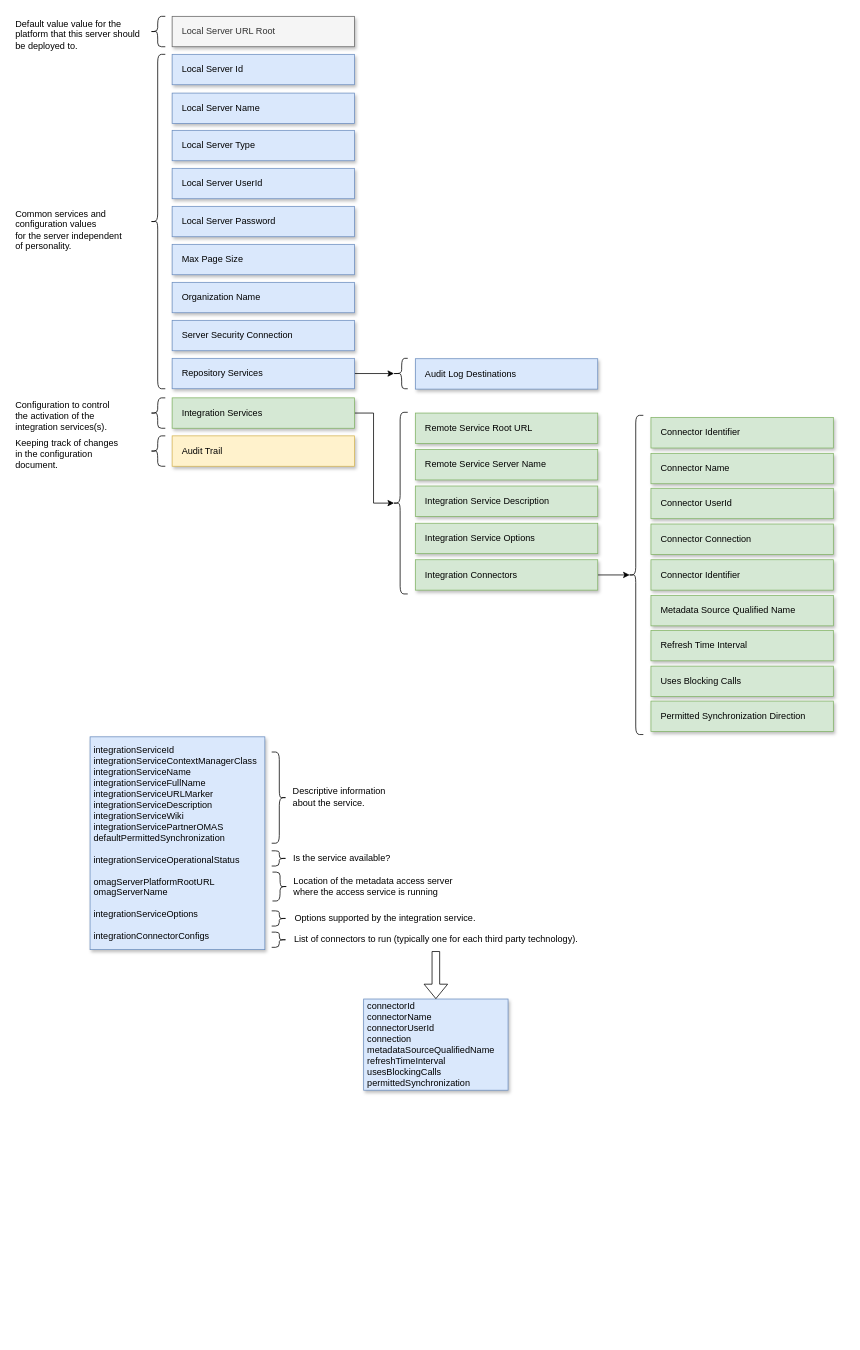
Before: page "integration-daemon-config" (22 of 28) of site/docs/guides/admin/egeria-admin.drawio in odpi/egeria-docs, a draw.io diagram. Source tidied: cells renumbered, new cells numbered last; positions are measured from the earlier drawing's top-left corner, leaving out a move shared by most shapes. Both pictures are drawn from the tidied source at 76%, with x=0, y=0 at pixel (14, 16).
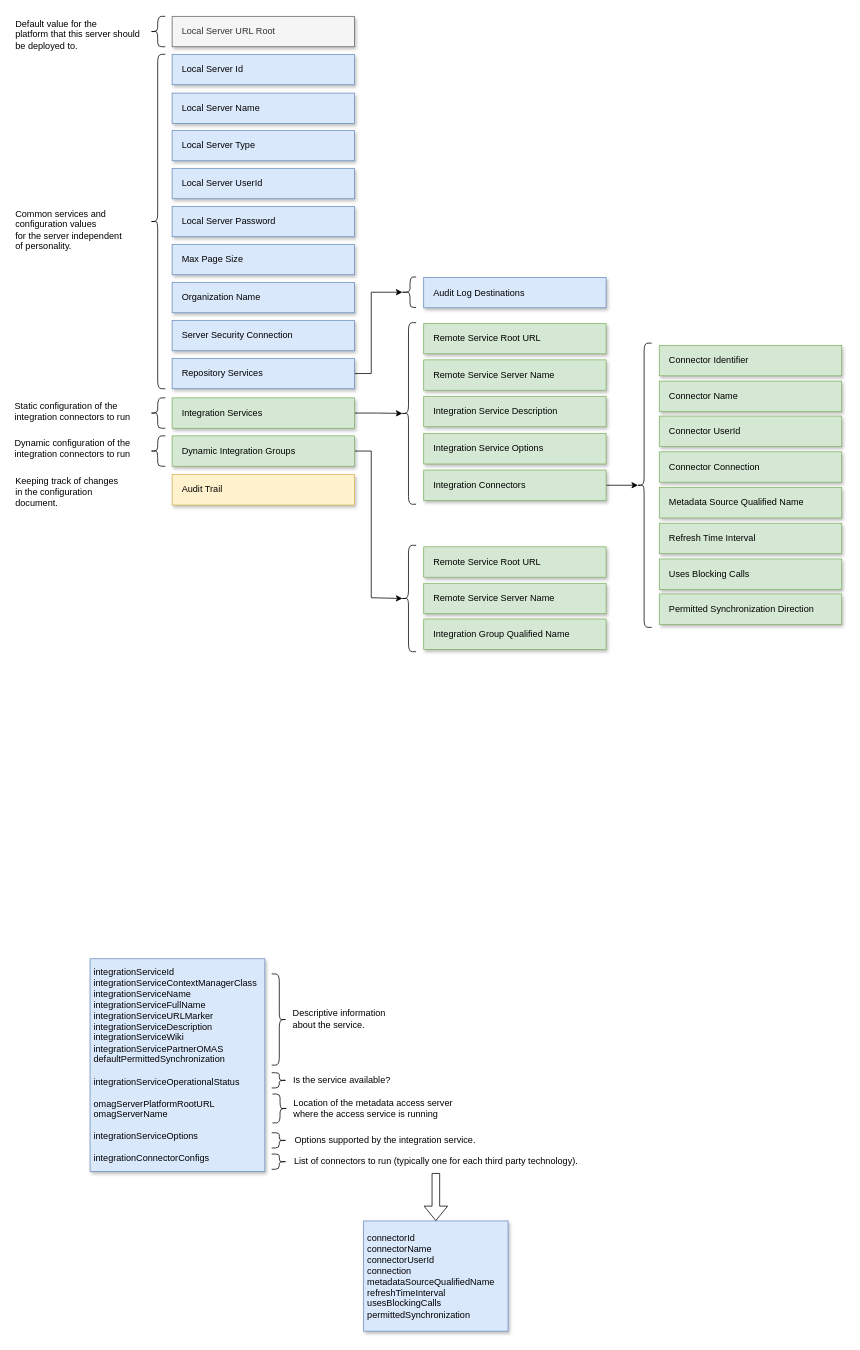
The same diagram, later.

The change refers to these unchanged cells:
```xml
<mxCell id="18" value="Repository Services" style="rounded=0;whiteSpace=wrap;html=1;fontSize=12;align=left;spacingLeft=11;fillColor=#dae8fc;strokeColor=#6c8ebf;shadow=1;" parent="1" vertex="1">
  <mxGeometry x="208" y="450" width="240" height="40" as="geometry" />
</mxCell>
```

Diff of the diagram source:
```diff
@@
     <mxCell id="10" value="Audit Trail" style="rounded=0;whiteSpace=wrap;html=1;fontSize=12;align=left;spacingLeft=11;fillColor=#fff2cc;strokeColor=#d6b656;shadow=1;" parent="1" vertex="1">
-      <mxGeometry x="208" y="552" width="240" height="40" as="geometry" />
+      <mxGeometry x="208" y="603" width="240" height="40" as="geometry" />
     </mxCell>
@@
     <mxCell id="14" value="Keeping track of changes&lt;br&gt;in the configuration &lt;br&gt;document.&amp;nbsp;" style="text;html=1;align=left;verticalAlign=top;spacingTop=-4;fontSize=12;" parent="1" vertex="1">
-      <mxGeometry y="552" width="150" height="40" as="geometry" />
+      <mxGeometry y="602" width="150" height="40" as="geometry" />
     </mxCell>
@@
-    <mxCell id="16" value="Configuration to control&lt;br&gt;the activation of the&lt;br&gt;integration services(s)." style="text;html=1;align=left;verticalAlign=top;spacingTop=-4;fontSize=12;" parent="1" vertex="1">
-      <mxGeometry y="502" width="140" height="40" as="geometry" />
+    <mxCell id="16" value="Static configuration of the &lt;br&gt;integration connectors to run" style="text;html=1;align=left;verticalAlign=top;spacingTop=-4;fontSize=12;" parent="1" vertex="1">
+      <mxGeometry x="-1" y="503" width="180" height="40" as="geometry" />
     </mxCell>
     <mxCell id="17" style="edgeStyle=orthogonalEdgeStyle;rounded=0;jettySize=auto;html=1;exitX=1;exitY=0.5;exitDx=0;exitDy=0;entryX=0.1;entryY=0.5;entryDx=0;entryDy=0;entryPerimeter=0;fontSize=12;" parent="1" edge="1" source="18" target="20">
-      <mxGeometry relative="1" as="geometry" />
+      <mxGeometry relative="1" as="geometry">
+        <Array as="points">
+          <mxPoint x="470" y="470" />
+          <mxPoint x="470" y="363" />
+        </Array>
+      </mxGeometry>
     </mxCell>
@@
     <mxCell id="19" value="Audit Log Destinations" style="rounded=0;whiteSpace=wrap;html=1;fontSize=12;align=left;spacingLeft=11;fillColor=#dae8fc;strokeColor=#6c8ebf;shadow=1;" parent="1" vertex="1">
-      <mxGeometry x="528" y="450.5" width="240" height="40" as="geometry" />
+      <mxGeometry x="539" y="343.5" width="240" height="40" as="geometry" />
     </mxCell>
     <mxCell id="20" style="shape=curlyBracket;whiteSpace=wrap;html=1;rounded=1;fillColor=none;fontSize=12;align=center;size=0.6;" parent="1" vertex="1">
-      <mxGeometry x="498" y="450" width="20" height="40" as="geometry" />
+      <mxGeometry x="509" y="343" width="20" height="40" as="geometry" />
     </mxCell>
     <mxCell id="21" value="Integration Service Description" style="rounded=0;whiteSpace=wrap;html=1;fontSize=12;align=left;spacingLeft=11;fillColor=#d5e8d4;strokeColor=#82b366;shadow=1;" parent="1" vertex="1">
-      <mxGeometry x="528" y="618" width="240" height="40" as="geometry" />
+      <mxGeometry x="539" y="500" width="240" height="40" as="geometry" />
     </mxCell>
     <mxCell id="22" style="shape=curlyBracket;whiteSpace=wrap;html=1;rounded=1;fillColor=none;fontSize=12;align=center;" parent="1" vertex="1">
-      <mxGeometry x="498" y="521" width="20" height="239" as="geometry" />
+      <mxGeometry x="509" y="403" width="20" height="239" as="geometry" />
     </mxCell>
@@
-    <mxCell id="27" value="Default value value for the&lt;br&gt;platform that this server should&lt;br&gt;be deployed to." style="text;html=1;align=left;verticalAlign=top;spacingTop=-4;fontSize=12;" parent="1" vertex="1">
-      <mxGeometry width="180" height="40" as="geometry" />
+    <mxCell id="27" value="Default value for the&lt;br&gt;platform that this server should&lt;br&gt;be deployed to." style="text;html=1;align=left;verticalAlign=top;spacingTop=-4;fontSize=12;" parent="1" vertex="1">
+      <mxGeometry width="190" height="50" as="geometry" />
     </mxCell>
     <mxCell id="28" value="Connector Identifier" style="rounded=0;whiteSpace=wrap;html=1;fontSize=12;align=left;spacingLeft=11;fillColor=#d5e8d4;strokeColor=#82b366;shadow=1;" parent="1" vertex="1">
-      <mxGeometry x="838" y="528" width="240" height="40" as="geometry" />
+      <mxGeometry x="849" y="433" width="240" height="40" as="geometry" />
     </mxCell>
     <mxCell id="29" value="Connector Name" style="rounded=0;whiteSpace=wrap;html=1;fontSize=12;align=left;spacingLeft=11;fillColor=#d5e8d4;strokeColor=#82b366;shadow=1;" parent="1" vertex="1">
-      <mxGeometry x="838" y="575" width="240" height="40" as="geometry" />
+      <mxGeometry x="849" y="480" width="240" height="40" as="geometry" />
     </mxCell>
     <mxCell id="30" value="Connector UserId" style="rounded=0;whiteSpace=wrap;html=1;fontSize=12;align=left;spacingLeft=11;fillColor=#d5e8d4;strokeColor=#82b366;shadow=1;" parent="1" vertex="1">
-      <mxGeometry x="838" y="621" width="240" height="40" as="geometry" />
+      <mxGeometry x="849" y="526" width="240" height="40" as="geometry" />
     </mxCell>
     <mxCell id="31" value="Connector Connection" style="rounded=0;whiteSpace=wrap;html=1;fontSize=12;align=left;spacingLeft=11;fillColor=#d5e8d4;strokeColor=#82b366;shadow=1;" parent="1" vertex="1">
-      <mxGeometry x="838" y="668" width="240" height="40" as="geometry" />
+      <mxGeometry x="849" y="573" width="240" height="40" as="geometry" />
     </mxCell>
-    <mxCell id="32" value="Connector Identifier" style="rounded=0;whiteSpace=wrap;html=1;fontSize=12;align=left;spacingLeft=11;fillColor=#d5e8d4;strokeColor=#82b366;shadow=1;" parent="1" vertex="1">
-      <mxGeometry x="838" y="715" width="240" height="40" as="geometry" />
-    </mxCell>
     <mxCell id="33" value="Metadata Source Qualified Name" style="rounded=0;whiteSpace=wrap;html=1;fontSize=12;align=left;spacingLeft=11;fillColor=#d5e8d4;strokeColor=#82b366;shadow=1;" parent="1" vertex="1">
-      <mxGeometry x="838" y="762" width="240" height="40" as="geometry" />
+      <mxGeometry x="849" y="620" width="240" height="40" as="geometry" />
     </mxCell>
     <mxCell id="34" value="Refresh Time Interval" style="rounded=0;whiteSpace=wrap;html=1;fontSize=12;align=left;spacingLeft=11;fillColor=#d5e8d4;strokeColor=#82b366;shadow=1;" parent="1" vertex="1">
-      <mxGeometry x="838" y="808" width="240" height="40" as="geometry" />
+      <mxGeometry x="849" y="667" width="240" height="40" as="geometry" />
     </mxCell>
     <mxCell id="35" value="Uses Blocking Calls" style="rounded=0;whiteSpace=wrap;html=1;fontSize=12;align=left;spacingLeft=11;fillColor=#d5e8d4;strokeColor=#82b366;shadow=1;" parent="1" vertex="1">
-      <mxGeometry x="838" y="855" width="240" height="40" as="geometry" />
+      <mxGeometry x="849" y="714" width="240" height="40" as="geometry" />
     </mxCell>
@@
     <mxCell id="37" style="shape=curlyBracket;whiteSpace=wrap;html=1;rounded=1;fillColor=none;fontSize=12;align=center;" parent="1" vertex="1">
-      <mxGeometry x="808" y="525" width="20" height="420" as="geometry" />
+      <mxGeometry x="819" y="430" width="20" height="374" as="geometry" />
     </mxCell>
     <mxCell id="38" value="Integration Service Options" style="rounded=0;whiteSpace=wrap;html=1;fontSize=12;align=left;spacingLeft=11;fillColor=#d5e8d4;strokeColor=#82b366;shadow=1;" parent="1" vertex="1">
-      <mxGeometry x="528" y="667" width="240" height="40" as="geometry" />
+      <mxGeometry x="539" y="549" width="240" height="40" as="geometry" />
     </mxCell>
     <mxCell id="39" value="Integration Connectors" style="rounded=0;whiteSpace=wrap;html=1;fontSize=12;align=left;spacingLeft=11;fillColor=#d5e8d4;strokeColor=#82b366;shadow=1;" parent="1" vertex="1">
-      <mxGeometry x="528" y="715" width="240" height="40" as="geometry" />
+      <mxGeometry x="539" y="597" width="240" height="40" as="geometry" />
     </mxCell>
     <mxCell id="40" value="Permitted Synchronization Direction" style="rounded=0;whiteSpace=wrap;html=1;fontSize=12;align=left;spacingLeft=11;fillColor=#d5e8d4;strokeColor=#82b366;shadow=1;" parent="1" vertex="1">
-      <mxGeometry x="838" y="901" width="240" height="40" as="geometry" />
+      <mxGeometry x="849" y="760" width="240" height="40" as="geometry" />
     </mxCell>
     <mxCell id="41" value="&lt;div&gt;integrationServiceId&amp;nbsp; &amp;nbsp; &amp;nbsp; &amp;nbsp; &amp;nbsp; &amp;nbsp; &amp;nbsp; &amp;nbsp; &amp;nbsp;&lt;/div&gt;&lt;div&gt;integrationServiceContextManagerClass&lt;/div&gt;&lt;div&gt;integrationServiceName&amp;nbsp; &amp;nbsp; &amp;nbsp; &amp;nbsp; &amp;nbsp; &amp;nbsp; &amp;nbsp; &amp;nbsp;&lt;/div&gt;&lt;div&gt;integrationServiceFullName&amp;nbsp; &amp;nbsp; &amp;nbsp; &amp;nbsp; &amp;nbsp; &amp;nbsp;&lt;/div&gt;&lt;div&gt;integrationServiceURLMarker&amp;nbsp; &amp;nbsp; &amp;nbsp; &amp;nbsp; &amp;nbsp;&amp;nbsp;&lt;/div&gt;&lt;div&gt;integrationServiceDescription&amp;nbsp; &amp;nbsp; &amp;nbsp; &amp;nbsp;&amp;nbsp;&lt;/div&gt;&lt;div&gt;integrationServiceWiki&amp;nbsp; &amp;nbsp; &amp;nbsp; &amp;nbsp; &amp;nbsp; &amp;nbsp; &amp;nbsp; &amp;nbsp;&lt;/div&gt;&lt;div&gt;integrationServicePartnerOMAS&lt;/div&gt;&lt;div&gt;defaultPermittedSynchronization&lt;/div&gt;&lt;div&gt;&amp;nbsp; &amp;nbsp; &amp;nbsp; &amp;nbsp;&lt;/div&gt;&lt;div&gt;integrationServiceOperationalStatus&lt;/div&gt;&lt;div&gt;&lt;br&gt;&lt;/div&gt;&lt;div&gt;omagServerPlatformRootURL&lt;br&gt;&lt;/div&gt;&lt;div&gt;omagServerName&lt;/div&gt;&lt;div&gt;&lt;br&gt;&lt;/div&gt;&lt;div&gt;integrationServiceOptions&lt;/div&gt;&lt;div&gt;&amp;nbsp; &amp;nbsp; &amp;nbsp; &amp;nbsp; &amp;nbsp; &amp;nbsp;&amp;nbsp;&lt;/div&gt;&lt;div&gt;integrationConnectorConfigs&amp;nbsp; &amp;nbsp; &amp;nbsp; &amp;nbsp; &amp;nbsp;&amp;nbsp;&lt;/div&gt;" style="rounded=0;whiteSpace=wrap;html=1;align=left;spacingLeft=3;fillColor=#dae8fc;strokeColor=#6c8ebf;shadow=1;" parent="1" vertex="1">
-      <mxGeometry x="100" y="948" width="230" height="280" as="geometry" />
+      <mxGeometry x="100" y="1240" width="230" height="280" as="geometry" />
     </mxCell>
     <mxCell id="42" style="shape=curlyBracket;whiteSpace=wrap;html=1;rounded=1;align=left;rotation=-180;" parent="1" vertex="1">
-      <mxGeometry x="339" y="968" width="20" height="120" as="geometry" />
+      <mxGeometry x="339" y="1260" width="20" height="120" as="geometry" />
     </mxCell>
     <mxCell id="43" value="Descriptive information&lt;br&gt;about the service." style="text;html=1;align=left;verticalAlign=middle;" parent="1" vertex="1">
-      <mxGeometry x="365" y="1012" width="140" height="30" as="geometry" />
+      <mxGeometry x="365" y="1304" width="140" height="30" as="geometry" />
     </mxCell>
     <mxCell id="44" style="shape=curlyBracket;whiteSpace=wrap;html=1;rounded=1;align=left;rotation=-180;" parent="1" vertex="1">
-      <mxGeometry x="339" y="1098" width="20" height="20" as="geometry" />
+      <mxGeometry x="339" y="1390" width="20" height="20" as="geometry" />
     </mxCell>
     <mxCell id="45" value="Is the service available?" style="text;html=1;align=center;verticalAlign=middle;" parent="1" vertex="1">
-      <mxGeometry x="361" y="1098" width="140" height="20" as="geometry" />
+      <mxGeometry x="361" y="1390" width="140" height="20" as="geometry" />
     </mxCell>
     <mxCell id="46" style="shape=curlyBracket;whiteSpace=wrap;html=1;rounded=1;align=left;rotation=-180;" parent="1" vertex="1">
-      <mxGeometry x="339" y="1177" width="20" height="20" as="geometry" />
+      <mxGeometry x="339" y="1469" width="20" height="20" as="geometry" />
     </mxCell>
     <mxCell id="47" value="Options supported by the integration service." style="text;html=1;align=center;verticalAlign=middle;" parent="1" vertex="1">
-      <mxGeometry x="363" y="1177" width="250" height="20" as="geometry" />
+      <mxGeometry x="363" y="1469" width="250" height="20" as="geometry" />
     </mxCell>
     <mxCell id="48" style="shape=curlyBracket;whiteSpace=wrap;html=1;rounded=1;align=left;rotation=-180;size=0.5;" parent="1" vertex="1">
-      <mxGeometry x="339" y="1205" width="20" height="20" as="geometry" />
+      <mxGeometry x="339" y="1497" width="20" height="20" as="geometry" />
     </mxCell>
     <mxCell id="49" value="List of connectors to run (typically one for each third party technology)." style="text;html=1;align=center;verticalAlign=middle;points=[];" parent="1" vertex="1">
-      <mxGeometry x="360" y="1205" width="390" height="20" as="geometry" />
+      <mxGeometry x="360" y="1497" width="390" height="20" as="geometry" />
     </mxCell>
-    <mxCell id="50" value="&lt;div&gt;connectorId&amp;nbsp; &amp;nbsp; &amp;nbsp; &amp;nbsp; &amp;nbsp; &amp;nbsp; &amp;nbsp; &amp;nbsp;&amp;nbsp;&lt;/div&gt;&lt;div&gt;connectorName&lt;/div&gt;&lt;div&gt;connectorUserId&amp;nbsp; &amp;nbsp; &amp;nbsp; &amp;nbsp; &amp;nbsp; &amp;nbsp; &amp;nbsp;&amp;nbsp;&lt;/div&gt;&lt;div&gt;connection&amp;nbsp; &amp;nbsp; &amp;nbsp; &amp;nbsp; &amp;nbsp; &amp;nbsp; &amp;nbsp; &amp;nbsp; &amp;nbsp;&lt;/div&gt;&lt;div&gt;metadataSourceQualifiedName&lt;/div&gt;&lt;div&gt;refreshTimeInterval&amp;nbsp; &amp;nbsp; &amp;nbsp; &amp;nbsp;&amp;nbsp;&lt;/div&gt;&lt;div&gt;usesBlockingCalls&lt;/div&gt;&lt;div&gt;permittedSynchronization&amp;nbsp; &amp;nbsp; &amp;nbsp; &amp;nbsp; &amp;nbsp;&lt;/div&gt;" style="whiteSpace=wrap;html=1;align=left;spacingLeft=3;fillColor=#dae8fc;strokeColor=#6c8ebf;shadow=1;" parent="1" vertex="1">
-      <mxGeometry x="460" y="1293" width="190" height="120" as="geometry" />
+    <mxCell id="50" value="&lt;div&gt;connectorId&amp;nbsp; &amp;nbsp; &amp;nbsp; &amp;nbsp; &amp;nbsp; &amp;nbsp; &amp;nbsp; &amp;nbsp;&amp;nbsp;&lt;/div&gt;&lt;div&gt;connectorName&lt;/div&gt;&lt;div&gt;connectorUserId&amp;nbsp; &amp;nbsp; &amp;nbsp; &amp;nbsp; &amp;nbsp; &amp;nbsp; &amp;nbsp;&amp;nbsp;&lt;/div&gt;&lt;div&gt;connection&amp;nbsp; &amp;nbsp; &amp;nbsp; &amp;nbsp; &amp;nbsp; &amp;nbsp; &amp;nbsp; &amp;nbsp; &amp;nbsp;&lt;/div&gt;&lt;div&gt;metadataSourceQualifiedName&lt;/div&gt;&lt;div&gt;&lt;span style=&quot;background-color: initial;&quot;&gt;refreshTimeInterval&lt;/span&gt;&lt;span style=&quot;background-color: initial;&quot;&gt;&amp;nbsp; &amp;nbsp; &amp;nbsp;&amp;nbsp;&lt;/span&gt;&lt;/div&gt;&lt;div&gt;usesBlockingCalls&lt;/div&gt;&lt;div&gt;permittedSynchronization&amp;nbsp; &amp;nbsp; &amp;nbsp; &amp;nbsp; &amp;nbsp;&lt;/div&gt;" style="whiteSpace=wrap;html=1;align=left;spacingLeft=3;fillColor=#dae8fc;strokeColor=#6c8ebf;shadow=1;" parent="1" vertex="1">
+      <mxGeometry x="460" y="1585" width="190" height="145" as="geometry" />
     </mxCell>
@@
     <mxCell id="52" style="shape=curlyBracket;whiteSpace=wrap;html=1;rounded=1;align=left;rotation=-180;" parent="1" vertex="1">
-      <mxGeometry x="340" y="1126" width="20" height="38" as="geometry" />
+      <mxGeometry x="340" y="1418" width="20" height="38" as="geometry" />
     </mxCell>
     <mxCell id="53" value="Location of the metadata access&amp;nbsp;server&lt;br&gt;where the access service is running" style="text;html=1;align=left;verticalAlign=middle;" parent="1" vertex="1">
-      <mxGeometry x="366" y="1130" width="220" height="30" as="geometry" />
+      <mxGeometry x="366" y="1422" width="220" height="30" as="geometry" />
     </mxCell>
     <mxCell id="54" value="Remote Service Root URL" style="rounded=0;whiteSpace=wrap;html=1;fontSize=12;align=left;spacingLeft=11;fillColor=#d5e8d4;strokeColor=#82b366;shadow=1;" parent="1" vertex="1">
-      <mxGeometry x="528" y="522" width="240" height="40" as="geometry" />
+      <mxGeometry x="539" y="404" width="240" height="40" as="geometry" />
     </mxCell>
     <mxCell id="55" value="Remote Service Server Name" style="rounded=0;whiteSpace=wrap;html=1;fontSize=12;align=left;spacingLeft=11;fillColor=#d5e8d4;strokeColor=#82b366;shadow=1;" parent="1" vertex="1">
-      <mxGeometry x="528" y="570" width="240" height="40" as="geometry" />
+      <mxGeometry x="539" y="452" width="240" height="40" as="geometry" />
     </mxCell>
+    <mxCell id="56" style="edgeStyle=orthogonalEdgeStyle;rounded=0;jettySize=auto;html=1;exitX=1;exitY=0.5;exitDx=0;exitDy=0;entryX=0.1;entryY=0.5;entryDx=0;entryDy=0;entryPerimeter=0;fontSize=12;" parent="1" edge="1" source="57" target="58">
+      <mxGeometry relative="1" as="geometry">
+        <Array as="points">
+          <mxPoint x="470" y="572" />
+          <mxPoint x="470" y="765" />
+        </Array>
+      </mxGeometry>
+    </mxCell>
+    <mxCell id="57" value="Dynamic Integration Groups" style="rounded=0;whiteSpace=wrap;html=1;fontSize=12;align=left;spacingLeft=11;fillColor=#d5e8d4;strokeColor=#82b366;shadow=1;" parent="1" vertex="1">
+      <mxGeometry x="208" y="552" width="240" height="40" as="geometry" />
+    </mxCell>
+    <mxCell id="58" style="shape=curlyBracket;whiteSpace=wrap;html=1;rounded=1;fillColor=none;fontSize=12;align=center;" parent="1" vertex="1">
+      <mxGeometry x="509" y="696" width="20" height="140" as="geometry" />
+    </mxCell>
+    <mxCell id="59" value="Integration Group Qualified Name" style="rounded=0;whiteSpace=wrap;html=1;fontSize=12;align=left;spacingLeft=11;fillColor=#d5e8d4;strokeColor=#82b366;shadow=1;" parent="1" vertex="1">
+      <mxGeometry x="539" y="793" width="240" height="40" as="geometry" />
+    </mxCell>
+    <mxCell id="60" value="Remote Service Root URL" style="rounded=0;whiteSpace=wrap;html=1;fontSize=12;align=left;spacingLeft=11;fillColor=#d5e8d4;strokeColor=#82b366;shadow=1;" parent="1" vertex="1">
+      <mxGeometry x="539" y="698" width="240" height="40" as="geometry" />
+    </mxCell>
+    <mxCell id="61" value="Remote Service Server Name" style="rounded=0;whiteSpace=wrap;html=1;fontSize=12;align=left;spacingLeft=11;fillColor=#d5e8d4;strokeColor=#82b366;shadow=1;" parent="1" vertex="1">
+      <mxGeometry x="539" y="746" width="240" height="40" as="geometry" />
+    </mxCell>
+    <mxCell id="62" value="Dynamic configuration of the &lt;br&gt;integration connectors to run" style="text;html=1;align=left;verticalAlign=top;spacingTop=-4;fontSize=12;" parent="1" vertex="1">
+      <mxGeometry x="-1" y="552" width="180" height="40" as="geometry" />
+    </mxCell>
```
